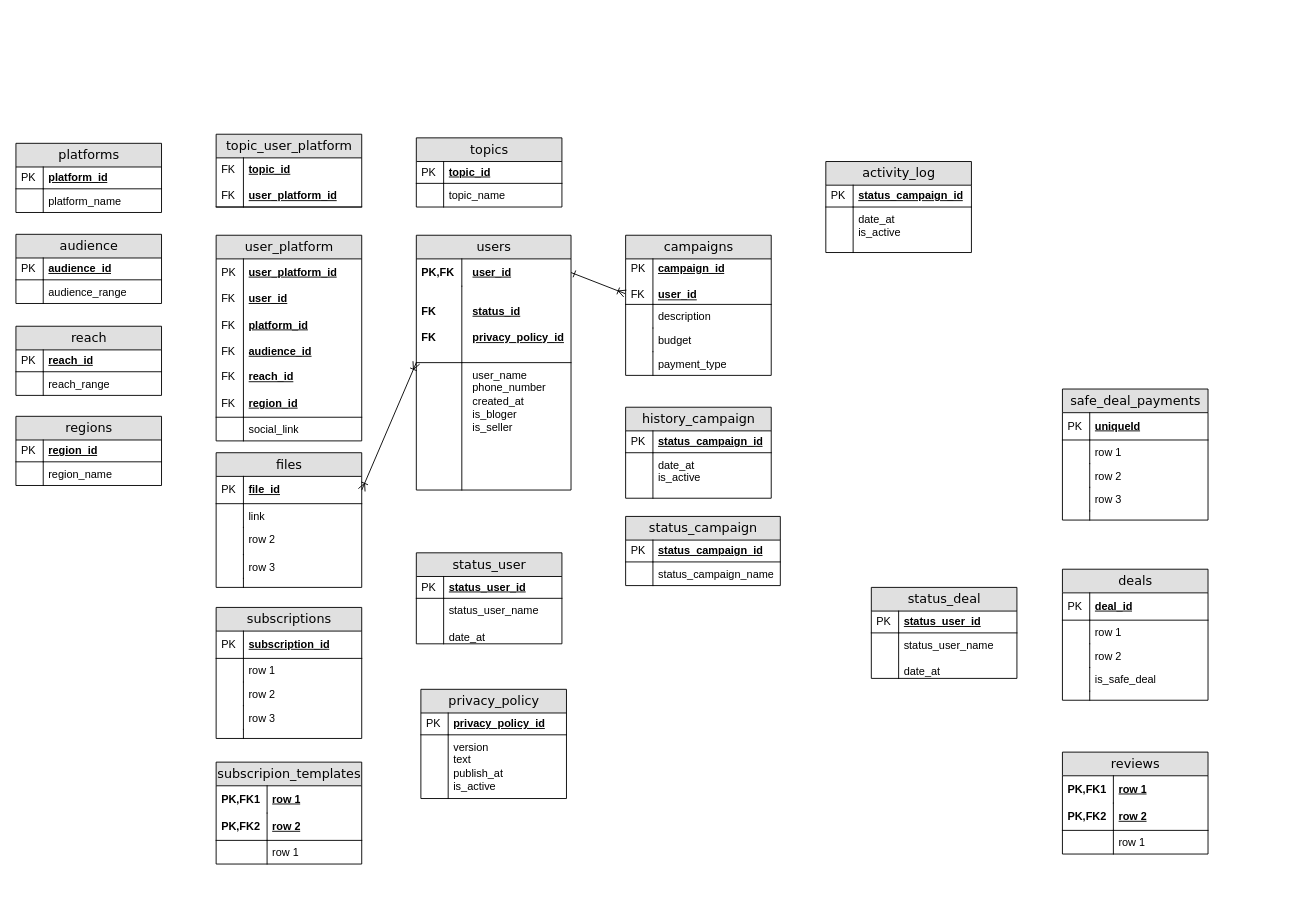
Before: diagrams/erd.drawio.xml in NadezdaHope19/practice, a draw.io diagram. Source tidied: cells renumbered, new cells numbered last; positions are measured from the earlier drawing's top-left corner, leaving out a move shared by most shapes. Both pictures are drawn from the tidied source at 91%, with x=0, y=0 at pixel (15, 134).
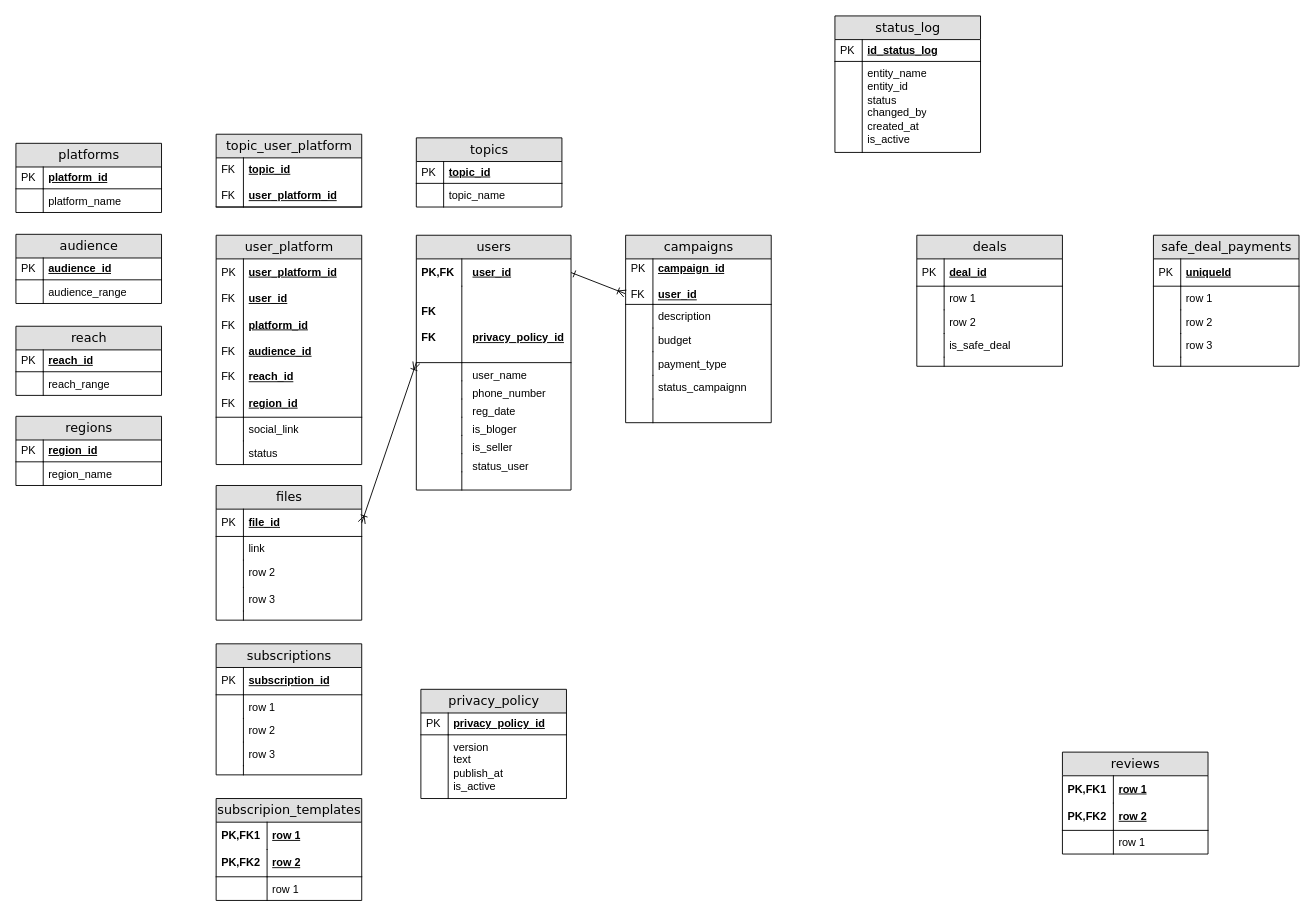
After the change.

The change refers to these unchanged cells:
```xml
<mxCell id="2" value="users" style="swimlane;html=1;fontStyle=0;horizontal=1;startSize=26;fillColor=#e0e0e0;swimlaneFillColor=#ffffff;align=center;rounded=0;shadow=0;comic=0;labelBackgroundColor=none;strokeWidth=1;fontFamily=Verdana;fontSize=14;" parent="1" vertex="1">
  <mxGeometry x="440" y="111" width="170" height="280" as="geometry" />
</mxCell>
```

What changed in the source:
```diff
@@
-    <mxCell id="5" value="status_id&lt;div&gt;&lt;span style=&quot;background-color: transparent; color: light-dark(rgb(0, 0, 0), rgb(255, 255, 255));&quot;&gt;&lt;br&gt;&lt;/span&gt;&lt;/div&gt;&lt;div&gt;&lt;span style=&quot;background-color: transparent; color: light-dark(rgb(0, 0, 0), rgb(255, 255, 255));&quot;&gt;privacy_policy_id&lt;/span&gt;&lt;/div&gt;" style="shape=partialRectangle;top=0;left=0;right=0;bottom=1;html=1;align=left;verticalAlign=middle;fillColor=none;spacingLeft=60;spacingRight=4;whiteSpace=wrap;overflow=hidden;fontStyle=5;" parent="2" vertex="1">
+    <mxCell id="5" value="&lt;br&gt;&lt;div&gt;&lt;span style=&quot;background-color: transparent; color: light-dark(rgb(0, 0, 0), rgb(255, 255, 255));&quot;&gt;&lt;br&gt;&lt;/span&gt;&lt;/div&gt;&lt;div&gt;&lt;span style=&quot;background-color: transparent; color: light-dark(rgb(0, 0, 0), rgb(255, 255, 255));&quot;&gt;privacy_policy_id&lt;/span&gt;&lt;/div&gt;" style="shape=partialRectangle;top=0;left=0;right=0;bottom=1;html=1;align=left;verticalAlign=middle;fillColor=none;spacingLeft=60;spacingRight=4;whiteSpace=wrap;overflow=hidden;fontStyle=5;" parent="2" vertex="1">
       <mxGeometry y="56" width="170" height="84" as="geometry" />
     </mxCell>
@@
-    <mxCell id="7" value="user_name&lt;div&gt;phone_number&lt;br&gt;&lt;div&gt;created_at&lt;/div&gt;&lt;div&gt;is_bloger&lt;/div&gt;&lt;div&gt;is_seller&lt;/div&gt;&lt;div&gt;&lt;br&gt;&lt;/div&gt;&lt;/div&gt;" style="shape=partialRectangle;top=0;left=0;right=0;bottom=0;html=1;align=left;verticalAlign=top;fillColor=none;spacingLeft=60;spacingRight=4;whiteSpace=wrap;overflow=hidden;" parent="2" vertex="1">
-      <mxGeometry y="140" width="170" height="140" as="geometry" />
+    <mxCell id="7" value="user_name" style="shape=partialRectangle;top=0;left=0;right=0;bottom=0;html=1;align=left;verticalAlign=top;fillColor=none;spacingLeft=60;spacingRight=4;whiteSpace=wrap;overflow=hidden;" parent="2" vertex="1">
+      <mxGeometry y="140" width="170" height="20" as="geometry" />
     </mxCell>
     <mxCell id="8" style="shape=partialRectangle;top=0;left=0;bottom=0;html=1;fillColor=none;align=left;verticalAlign=top;spacingLeft=4;spacingRight=4;whiteSpace=wrap;overflow=hidden;" parent="7" vertex="1">
-      <mxGeometry width="50" height="140" as="geometry" />
+      <mxGeometry width="50" height="20" as="geometry" />
     </mxCell>
+    <mxCell id="141" value="&lt;div&gt;phone_number&lt;/div&gt;" style="shape=partialRectangle;top=0;left=0;right=0;bottom=0;html=1;align=left;verticalAlign=top;fillColor=none;spacingLeft=60;spacingRight=4;whiteSpace=wrap;overflow=hidden;" parent="2" vertex="1">
+      <mxGeometry y="160" width="170" height="20" as="geometry" />
+    </mxCell>
+    <mxCell id="142" style="shape=partialRectangle;top=0;left=0;bottom=0;html=1;fillColor=none;align=left;verticalAlign=top;spacingLeft=4;spacingRight=4;whiteSpace=wrap;overflow=hidden;" parent="141" vertex="1">
+      <mxGeometry width="50" height="20" as="geometry" />
+    </mxCell>
+    <mxCell id="143" value="&lt;div&gt;&lt;div&gt;reg_date&lt;/div&gt;&lt;/div&gt;" style="shape=partialRectangle;top=0;left=0;right=0;bottom=0;html=1;align=left;verticalAlign=top;fillColor=none;spacingLeft=60;spacingRight=4;whiteSpace=wrap;overflow=hidden;" parent="2" vertex="1">
+      <mxGeometry y="180" width="170" height="20" as="geometry" />
+    </mxCell>
+    <mxCell id="144" style="shape=partialRectangle;top=0;left=0;bottom=0;html=1;fillColor=none;align=left;verticalAlign=top;spacingLeft=4;spacingRight=4;whiteSpace=wrap;overflow=hidden;" parent="143" vertex="1">
+      <mxGeometry width="50" height="20" as="geometry" />
+    </mxCell>
+    <mxCell id="145" value="&lt;div&gt;is_bloger&lt;/div&gt;" style="shape=partialRectangle;top=0;left=0;right=0;bottom=0;html=1;align=left;verticalAlign=top;fillColor=none;spacingLeft=60;spacingRight=4;whiteSpace=wrap;overflow=hidden;" parent="2" vertex="1">
+      <mxGeometry y="200" width="170" height="20" as="geometry" />
+    </mxCell>
+    <mxCell id="146" style="shape=partialRectangle;top=0;left=0;bottom=0;html=1;fillColor=none;align=left;verticalAlign=top;spacingLeft=4;spacingRight=4;whiteSpace=wrap;overflow=hidden;" parent="145" vertex="1">
+      <mxGeometry width="50" height="20" as="geometry" />
+    </mxCell>
+    <mxCell id="147" value="&lt;div&gt;&lt;span style=&quot;background-color: transparent; color: light-dark(rgb(0, 0, 0), rgb(255, 255, 255));&quot;&gt;is_seller&lt;/span&gt;&lt;/div&gt;" style="shape=partialRectangle;top=0;left=0;right=0;bottom=0;html=1;align=left;verticalAlign=top;fillColor=none;spacingLeft=60;spacingRight=4;whiteSpace=wrap;overflow=hidden;" parent="2" vertex="1">
+      <mxGeometry y="220" width="170" height="20" as="geometry" />
+    </mxCell>
+    <mxCell id="148" style="shape=partialRectangle;top=0;left=0;bottom=0;html=1;fillColor=none;align=left;verticalAlign=top;spacingLeft=4;spacingRight=4;whiteSpace=wrap;overflow=hidden;" parent="147" vertex="1">
+      <mxGeometry width="50" height="20" as="geometry" />
+    </mxCell>
+    <mxCell id="111" value="&lt;div&gt;&lt;span style=&quot;background-color: transparent; color: light-dark(rgb(0, 0, 0), rgb(255, 255, 255));&quot;&gt;status_user&lt;/span&gt;&lt;/div&gt;" style="shape=partialRectangle;top=0;left=0;right=0;bottom=0;html=1;align=left;verticalAlign=top;fillColor=none;spacingLeft=60;spacingRight=4;whiteSpace=wrap;overflow=hidden;" parent="2" vertex="1">
+      <mxGeometry y="240" width="170" height="20" as="geometry" />
+    </mxCell>
+    <mxCell id="149" style="shape=partialRectangle;top=0;left=0;bottom=0;html=1;fillColor=none;align=left;verticalAlign=top;spacingLeft=4;spacingRight=4;whiteSpace=wrap;overflow=hidden;" parent="111" vertex="1">
+      <mxGeometry width="50" height="20" as="geometry" />
+    </mxCell>
+    <mxCell id="150" style="shape=partialRectangle;top=0;left=0;right=0;bottom=0;html=1;align=left;verticalAlign=top;fillColor=none;spacingLeft=60;spacingRight=4;whiteSpace=wrap;overflow=hidden;" parent="2" vertex="1">
+      <mxGeometry y="260" width="170" height="20" as="geometry" />
+    </mxCell>
+    <mxCell id="151" style="shape=partialRectangle;top=0;left=0;bottom=0;html=1;fillColor=none;align=left;verticalAlign=top;spacingLeft=4;spacingRight=4;whiteSpace=wrap;overflow=hidden;" parent="150" vertex="1">
+      <mxGeometry width="50" height="20" as="geometry" />
+    </mxCell>
     <mxCell id="9" value="campaigns" style="swimlane;html=1;fontStyle=0;horizontal=1;startSize=26;fillColor=#e0e0e0;swimlaneFillColor=#ffffff;align=center;rounded=0;shadow=0;comic=0;labelBackgroundColor=none;strokeWidth=1;fontFamily=Verdana;fontSize=14;swimlaneLine=1;" parent="1" vertex="1">
-      <mxGeometry x="670" y="111" width="160" height="154" as="geometry" />
+      <mxGeometry x="670" y="111" width="160" height="206" as="geometry" />
     </mxCell>
@@
+    <mxCell id="152" value="&lt;div&gt;&lt;span style=&quot;background-color: transparent; color: light-dark(rgb(0, 0, 0), rgb(255, 255, 255));&quot;&gt;status_campaignn&lt;/span&gt;&lt;/div&gt;" style="shape=partialRectangle;top=0;left=0;right=0;bottom=0;html=1;align=left;verticalAlign=top;fillColor=none;spacingLeft=34;spacingRight=4;whiteSpace=wrap;overflow=hidden;" parent="9" vertex="1">
+      <mxGeometry y="154" width="160" height="26" as="geometry" />
+    </mxCell>
+    <mxCell id="153" style="shape=partialRectangle;top=0;left=0;bottom=0;html=1;fillColor=none;align=left;verticalAlign=top;spacingLeft=4;spacingRight=4;whiteSpace=wrap;overflow=hidden;" parent="152" vertex="1">
+      <mxGeometry width="30" height="26" as="geometry" />
+    </mxCell>
+    <mxCell id="154" style="shape=partialRectangle;top=0;left=0;right=0;bottom=0;html=1;align=left;verticalAlign=top;fillColor=none;spacingLeft=34;spacingRight=4;whiteSpace=wrap;overflow=hidden;" parent="9" vertex="1">
+      <mxGeometry y="180" width="160" height="26" as="geometry" />
+    </mxCell>
+    <mxCell id="155" style="shape=partialRectangle;top=0;left=0;bottom=0;html=1;fillColor=none;align=left;verticalAlign=top;spacingLeft=4;spacingRight=4;whiteSpace=wrap;overflow=hidden;" parent="154" vertex="1">
+      <mxGeometry width="30" height="26" as="geometry" />
+    </mxCell>
     <mxCell id="18" value="safe_deal_payments" style="swimlane;html=1;fontStyle=0;horizontal=1;startSize=26;fillColor=#e0e0e0;swimlaneFillColor=#ffffff;align=center;rounded=0;shadow=0;comic=0;labelBackgroundColor=none;strokeWidth=1;fontFamily=Verdana;fontSize=14;" parent="1" vertex="1">
-      <mxGeometry x="1150" y="280" width="160" height="144" as="geometry" />
+      <mxGeometry x="1250" y="111" width="160" height="144" as="geometry" />
     </mxCell>
@@
     <mxCell id="29" value="subscriptions" style="swimlane;html=1;fontStyle=0;horizontal=1;startSize=26;fillColor=#e0e0e0;swimlaneFillColor=#ffffff;align=center;rounded=0;shadow=0;comic=0;labelBackgroundColor=none;strokeWidth=1;fontFamily=Verdana;fontSize=14;" parent="1" vertex="1">
-      <mxGeometry x="220" y="520" width="160" height="144" as="geometry" />
+      <mxGeometry x="220" y="560" width="160" height="144" as="geometry" />
     </mxCell>
@@
     <mxCell id="40" value="subscripion_templates" style="swimlane;html=1;fontStyle=0;horizontal=1;startSize=26;fillColor=#e0e0e0;swimlaneFillColor=#ffffff;align=center;rounded=0;shadow=0;comic=0;labelBackgroundColor=none;strokeWidth=1;fontFamily=Verdana;fontSize=14;" parent="1" vertex="1">
-      <mxGeometry x="220" y="690" width="160" height="112" as="geometry" />
+      <mxGeometry x="220" y="730" width="160" height="112" as="geometry" />
     </mxCell>
@@
     <mxCell id="54" value="deals" style="swimlane;html=1;fontStyle=0;horizontal=1;startSize=26;fillColor=#e0e0e0;swimlaneFillColor=#ffffff;align=center;rounded=0;shadow=0;comic=0;labelBackgroundColor=none;strokeWidth=1;fontFamily=Verdana;fontSize=14;" parent="1" vertex="1">
-      <mxGeometry x="1150" y="478" width="160" height="144" as="geometry" />
+      <mxGeometry x="990" y="111" width="160" height="144" as="geometry" />
     </mxCell>
@@
     <mxCell id="65" value="files" style="swimlane;html=1;fontStyle=0;horizontal=1;startSize=26;fillColor=#e0e0e0;swimlaneFillColor=#ffffff;align=center;rounded=0;shadow=0;comic=0;labelBackgroundColor=none;strokeWidth=1;fontFamily=Verdana;fontSize=14;" parent="1" vertex="1">
-      <mxGeometry x="220" y="350" width="160" height="148" as="geometry" />
+      <mxGeometry x="220" y="386" width="160" height="148" as="geometry" />
     </mxCell>
@@
     <mxCell id="88" value="user_platform" style="swimlane;html=1;fontStyle=0;horizontal=1;startSize=26;fillColor=#e0e0e0;swimlaneFillColor=#ffffff;align=center;rounded=0;shadow=0;comic=0;labelBackgroundColor=none;strokeWidth=1;fontFamily=Verdana;fontSize=14;" parent="1" vertex="1">
-      <mxGeometry x="220" y="111" width="160" height="226" as="geometry" />
+      <mxGeometry x="220" y="111" width="160" height="252" as="geometry" />
     </mxCell>
@@
+    <mxCell id="156" value="status" style="shape=partialRectangle;top=0;left=0;right=0;bottom=0;html=1;align=left;verticalAlign=top;fillColor=none;spacingLeft=34;spacingRight=4;whiteSpace=wrap;overflow=hidden;" parent="88" vertex="1">
+      <mxGeometry y="226" width="160" height="26" as="geometry" />
+    </mxCell>
+    <mxCell id="157" style="shape=partialRectangle;top=0;left=0;bottom=0;html=1;fillColor=none;align=left;verticalAlign=top;spacingLeft=4;spacingRight=4;whiteSpace=wrap;overflow=hidden;" parent="156" vertex="1">
+      <mxGeometry width="30" height="26" as="geometry" />
+    </mxCell>
@@
-    <mxCell id="111" value="status_user" style="swimlane;html=1;fontStyle=0;horizontal=1;startSize=26;fillColor=#e0e0e0;swimlaneFillColor=#ffffff;align=center;rounded=0;shadow=0;comic=0;labelBackgroundColor=none;strokeWidth=1;fontFamily=Verdana;fontSize=14;swimlaneLine=1;" parent="1" vertex="1">
-      <mxGeometry x="440" y="460" width="160" height="100" as="geometry" />
-    </mxCell>
-    <mxCell id="112" value="status_user_id" style="shape=partialRectangle;top=0;left=0;right=0;bottom=1;html=1;align=left;verticalAlign=middle;fillColor=none;spacingLeft=34;spacingRight=4;whiteSpace=wrap;overflow=hidden;fontStyle=5;" parent="111" vertex="1">
-      <mxGeometry y="26" width="160" height="24" as="geometry" />
-    </mxCell>
-    <mxCell id="113" value="PK" style="shape=partialRectangle;top=0;left=0;bottom=0;html=1;fillColor=none;align=left;verticalAlign=middle;spacingLeft=4;spacingRight=4;whiteSpace=wrap;overflow=hidden;" parent="112" vertex="1">
-      <mxGeometry width="30" height="24" as="geometry" />
-    </mxCell>
-    <mxCell id="114" value="status_user_name&lt;div&gt;&lt;br&gt;&lt;/div&gt;&lt;div&gt;date_at&lt;/div&gt;" style="shape=partialRectangle;top=0;left=0;right=0;bottom=0;html=1;align=left;verticalAlign=top;fillColor=none;spacingLeft=34;spacingRight=4;whiteSpace=wrap;overflow=hidden;" parent="111" vertex="1">
-      <mxGeometry y="50" width="160" height="50" as="geometry" />
-    </mxCell>
-    <mxCell id="115" style="shape=partialRectangle;top=0;left=0;bottom=0;html=1;fillColor=none;align=left;verticalAlign=top;spacingLeft=4;spacingRight=4;whiteSpace=wrap;overflow=hidden;" parent="114" vertex="1">
-      <mxGeometry width="30" height="50" as="geometry" />
-    </mxCell>
-    <mxCell id="116" value="status_campaign" style="swimlane;html=1;fontStyle=0;horizontal=1;startSize=26;fillColor=#e0e0e0;swimlaneFillColor=#ffffff;align=center;rounded=0;shadow=0;comic=0;labelBackgroundColor=none;strokeWidth=1;fontFamily=Verdana;fontSize=14;swimlaneLine=1;" parent="1" vertex="1">
-      <mxGeometry x="670" y="420" width="170" height="76" as="geometry" />
-    </mxCell>
-    <mxCell id="117" value="status_campaign_id" style="shape=partialRectangle;top=0;left=0;right=0;bottom=1;html=1;align=left;verticalAlign=middle;fillColor=none;spacingLeft=34;spacingRight=4;whiteSpace=wrap;overflow=hidden;fontStyle=5;" parent="116" vertex="1">
-      <mxGeometry y="26" width="170" height="24" as="geometry" />
-    </mxCell>
-    <mxCell id="118" value="PK" style="shape=partialRectangle;top=0;left=0;bottom=0;html=1;fillColor=none;align=left;verticalAlign=middle;spacingLeft=4;spacingRight=4;whiteSpace=wrap;overflow=hidden;" parent="117" vertex="1">
-      <mxGeometry width="30" height="24" as="geometry" />
-    </mxCell>
-    <mxCell id="119" value="status_campaign_name" style="shape=partialRectangle;top=0;left=0;right=0;bottom=0;html=1;align=left;verticalAlign=top;fillColor=none;spacingLeft=34;spacingRight=4;whiteSpace=wrap;overflow=hidden;" parent="116" vertex="1">
-      <mxGeometry y="50" width="170" height="26" as="geometry" />
-    </mxCell>
-    <mxCell id="120" style="shape=partialRectangle;top=0;left=0;bottom=0;html=1;fillColor=none;align=left;verticalAlign=top;spacingLeft=4;spacingRight=4;whiteSpace=wrap;overflow=hidden;" parent="119" vertex="1">
-      <mxGeometry width="30" height="26" as="geometry" />
-    </mxCell>
-    <mxCell id="121" value="status_deal" style="swimlane;html=1;fontStyle=0;horizontal=1;startSize=26;fillColor=#e0e0e0;swimlaneFillColor=#ffffff;align=center;rounded=0;shadow=0;comic=0;labelBackgroundColor=none;strokeWidth=1;fontFamily=Verdana;fontSize=14;swimlaneLine=1;" parent="1" vertex="1">
-      <mxGeometry x="940" y="498" width="160" height="100" as="geometry" />
-    </mxCell>
-    <mxCell id="122" value="status_user_id" style="shape=partialRectangle;top=0;left=0;right=0;bottom=1;html=1;align=left;verticalAlign=middle;fillColor=none;spacingLeft=34;spacingRight=4;whiteSpace=wrap;overflow=hidden;fontStyle=5;" parent="121" vertex="1">
-      <mxGeometry y="26" width="160" height="24" as="geometry" />
-    </mxCell>
-    <mxCell id="123" value="PK" style="shape=partialRectangle;top=0;left=0;bottom=0;html=1;fillColor=none;align=left;verticalAlign=middle;spacingLeft=4;spacingRight=4;whiteSpace=wrap;overflow=hidden;" parent="122" vertex="1">
-      <mxGeometry width="30" height="24" as="geometry" />
-    </mxCell>
-    <mxCell id="124" value="status_user_name&lt;div&gt;&lt;br&gt;&lt;/div&gt;&lt;div&gt;date_at&lt;/div&gt;" style="shape=partialRectangle;top=0;left=0;right=0;bottom=0;html=1;align=left;verticalAlign=top;fillColor=none;spacingLeft=34;spacingRight=4;whiteSpace=wrap;overflow=hidden;" parent="121" vertex="1">
-      <mxGeometry y="50" width="160" height="50" as="geometry" />
-    </mxCell>
-    <mxCell id="125" style="shape=partialRectangle;top=0;left=0;bottom=0;html=1;fillColor=none;align=left;verticalAlign=top;spacingLeft=4;spacingRight=4;whiteSpace=wrap;overflow=hidden;" parent="124" vertex="1">
-      <mxGeometry width="30" height="50" as="geometry" />
-    </mxCell>
@@
-    <mxCell id="131" value="history_campaign" style="swimlane;html=1;fontStyle=0;horizontal=1;startSize=26;fillColor=#e0e0e0;swimlaneFillColor=#ffffff;align=center;rounded=0;shadow=0;comic=0;labelBackgroundColor=none;strokeWidth=1;fontFamily=Verdana;fontSize=14;swimlaneLine=1;" parent="1" vertex="1">
-      <mxGeometry x="670" y="300" width="160" height="100" as="geometry" />
-    </mxCell>
-    <mxCell id="132" value="status_campaign_id" style="shape=partialRectangle;top=0;left=0;right=0;bottom=1;html=1;align=left;verticalAlign=middle;fillColor=none;spacingLeft=34;spacingRight=4;whiteSpace=wrap;overflow=hidden;fontStyle=5;" parent="131" vertex="1">
-      <mxGeometry y="26" width="160" height="24" as="geometry" />
-    </mxCell>
-    <mxCell id="133" value="PK" style="shape=partialRectangle;top=0;left=0;bottom=0;html=1;fillColor=none;align=left;verticalAlign=middle;spacingLeft=4;spacingRight=4;whiteSpace=wrap;overflow=hidden;" parent="132" vertex="1">
-      <mxGeometry width="30" height="24" as="geometry" />
-    </mxCell>
-    <mxCell id="134" value="date_at&lt;div&gt;&lt;span style=&quot;background-color: transparent; color: light-dark(rgb(0, 0, 0), rgb(255, 255, 255));&quot;&gt;is_active&lt;/span&gt;&lt;/div&gt;" style="shape=partialRectangle;top=0;left=0;right=0;bottom=0;html=1;align=left;verticalAlign=top;fillColor=none;spacingLeft=34;spacingRight=4;whiteSpace=wrap;overflow=hidden;" parent="131" vertex="1">
-      <mxGeometry y="50" width="160" height="50" as="geometry" />
-    </mxCell>
-    <mxCell id="135" style="shape=partialRectangle;top=0;left=0;bottom=0;html=1;fillColor=none;align=left;verticalAlign=top;spacingLeft=4;spacingRight=4;whiteSpace=wrap;overflow=hidden;" parent="134" vertex="1">
-      <mxGeometry width="30" height="50" as="geometry" />
-    </mxCell>
-    <mxCell id="136" value="activity_log" style="swimlane;html=1;fontStyle=0;horizontal=1;startSize=26;fillColor=#e0e0e0;swimlaneFillColor=#ffffff;align=center;rounded=0;shadow=0;comic=0;labelBackgroundColor=none;strokeWidth=1;fontFamily=Verdana;fontSize=14;swimlaneLine=1;" parent="1" vertex="1">
-      <mxGeometry x="890" y="30" width="160" height="100" as="geometry" />
+    <mxCell id="136" value="status_log" style="swimlane;html=1;fontStyle=0;horizontal=1;startSize=26;fillColor=#e0e0e0;swimlaneFillColor=#ffffff;align=center;rounded=0;shadow=0;comic=0;labelBackgroundColor=none;strokeWidth=1;fontFamily=Verdana;fontSize=14;swimlaneLine=1;" parent="1" vertex="1">
+      <mxGeometry x="900" y="-130" width="160" height="150" as="geometry" />
     </mxCell>
-    <mxCell id="137" value="status_campaign_id" style="shape=partialRectangle;top=0;left=0;right=0;bottom=1;html=1;align=left;verticalAlign=middle;fillColor=none;spacingLeft=34;spacingRight=4;whiteSpace=wrap;overflow=hidden;fontStyle=5;" parent="136" vertex="1">
+    <mxCell id="137" value="id_status_log" style="shape=partialRectangle;top=0;left=0;right=0;bottom=1;html=1;align=left;verticalAlign=middle;fillColor=none;spacingLeft=34;spacingRight=4;whiteSpace=wrap;overflow=hidden;fontStyle=5;" parent="136" vertex="1">
       <mxGeometry y="26" width="160" height="24" as="geometry" />
     </mxCell>
@@
-    <mxCell id="139" value="date_at&lt;div&gt;&lt;span style=&quot;background-color: transparent; color: light-dark(rgb(0, 0, 0), rgb(255, 255, 255));&quot;&gt;is_active&lt;/span&gt;&lt;/div&gt;" style="shape=partialRectangle;top=0;left=0;right=0;bottom=0;html=1;align=left;verticalAlign=top;fillColor=none;spacingLeft=34;spacingRight=4;whiteSpace=wrap;overflow=hidden;" parent="136" vertex="1">
-      <mxGeometry y="50" width="160" height="50" as="geometry" />
+    <mxCell id="139" value="entity_name&lt;div&gt;&lt;span style=&quot;background-color: transparent; color: light-dark(rgb(0, 0, 0), rgb(255, 255, 255));&quot;&gt;entity_id&lt;/span&gt;&lt;/div&gt;&lt;div&gt;&lt;span style=&quot;background-color: transparent; color: light-dark(rgb(0, 0, 0), rgb(255, 255, 255));&quot;&gt;status&lt;/span&gt;&lt;/div&gt;&lt;div&gt;&lt;span style=&quot;background-color: transparent; color: light-dark(rgb(0, 0, 0), rgb(255, 255, 255));&quot;&gt;changed_by&lt;/span&gt;&lt;/div&gt;&lt;div&gt;&lt;span style=&quot;background-color: transparent; color: light-dark(rgb(0, 0, 0), rgb(255, 255, 255));&quot;&gt;created_at&lt;/span&gt;&lt;/div&gt;&lt;div&gt;&lt;span style=&quot;background-color: transparent; color: light-dark(rgb(0, 0, 0), rgb(255, 255, 255));&quot;&gt;is_active&lt;/span&gt;&lt;/div&gt;" style="shape=partialRectangle;top=0;left=0;right=0;bottom=0;html=1;align=left;verticalAlign=top;fillColor=none;spacingLeft=34;spacingRight=4;whiteSpace=wrap;overflow=hidden;" parent="136" vertex="1">
+      <mxGeometry y="50" width="160" height="100" as="geometry" />
     </mxCell>
     <mxCell id="140" style="shape=partialRectangle;top=0;left=0;bottom=0;html=1;fillColor=none;align=left;verticalAlign=top;spacingLeft=4;spacingRight=4;whiteSpace=wrap;overflow=hidden;" parent="139" vertex="1">
-      <mxGeometry width="30" height="50" as="geometry" />
+      <mxGeometry width="30" height="100" as="geometry" />
     </mxCell>
```
